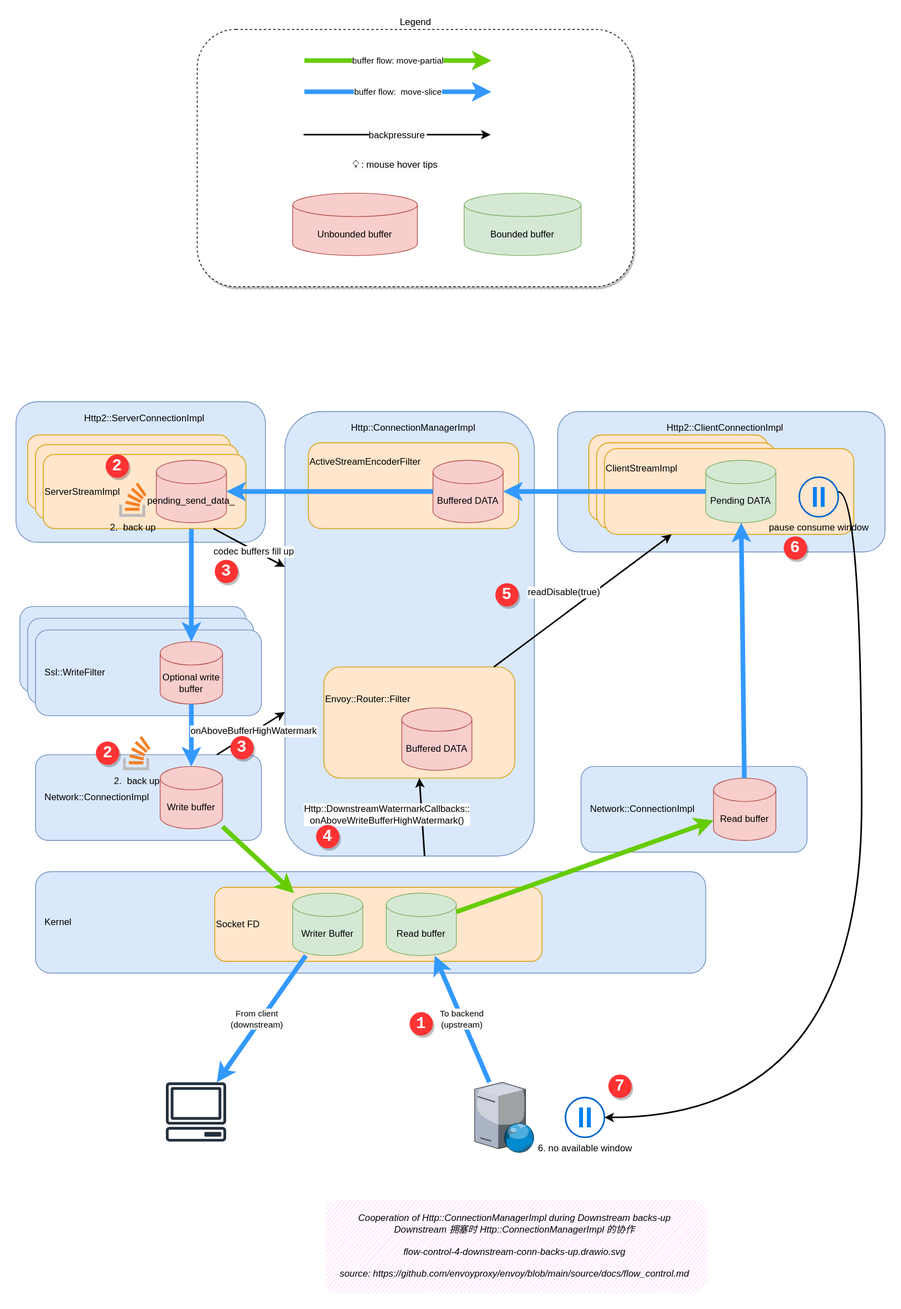
labilezhu/istio-insider keeps this draw.io diagram as docs/source/ch2-envoy/arch/flow-control/flow-control-4-downstream-conn-backs-up.drawio.svg. Above is the earlier version. Source tidied: cells renumbered, new cells last; positions are measured from the earlier drawing's top-left corner, leaving out a move shared by most shapes.
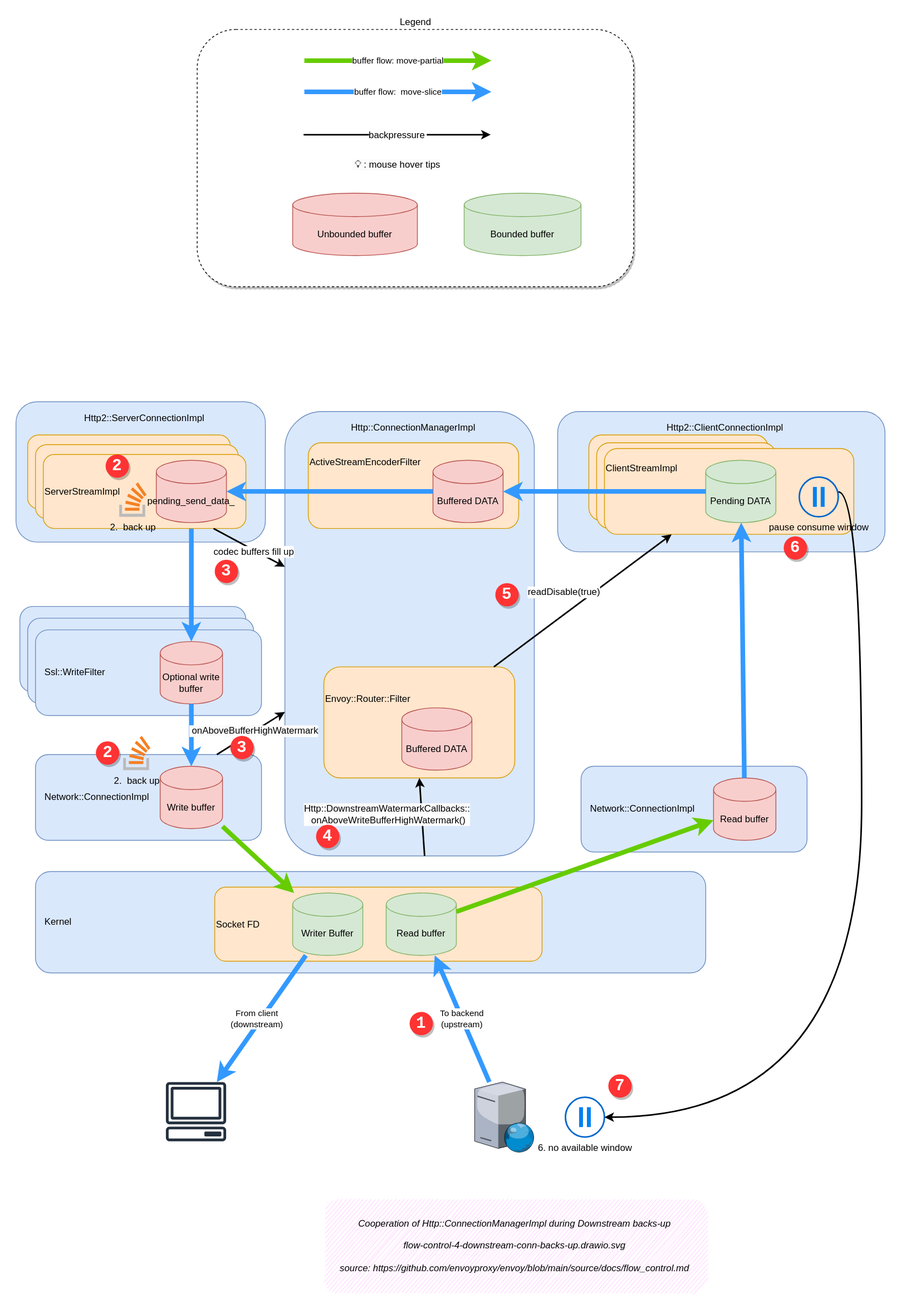
After the change.

What changed in the source:
```diff
@@ -14,7 +14,7 @@
     <mxCell id="5" value="Ssl::WriteFilter" style="rounded=1;whiteSpace=wrap;html=1;fillColor=#dae8fc;strokeColor=#6c8ebf;align=left;spacingLeft=10;" parent="1" vertex="1">
       <mxGeometry x="15" y="755" width="290" height="110" as="geometry" />
     </mxCell>
-    <object id="6" label="&lt;font style=&quot;&quot;&gt;Cooperation of Http::ConnectionManagerImpl during Downstream backs-up&lt;br&gt;Downstream 拥塞时 Http::ConnectionManagerImpl 的协作&lt;br&gt;&lt;br&gt;%page%&lt;br&gt;&lt;br&gt;source:&amp;nbsp;&lt;a href=&quot;https://github.com/envoyproxy/envoy/blob/main/source/docs/flow_control.md&quot;&gt;https://github.com/envoyproxy/envoy/blob/main/source/docs/flow_control.md&lt;/a&gt;&lt;br&gt;&lt;/font&gt;" a="b" placeholders="1">
+    <object id="6" label="&lt;font style=&quot;&quot;&gt;Cooperation of Http::ConnectionManagerImpl during Downstream backs-up&lt;br&gt;&lt;br&gt;%page%&lt;br&gt;&lt;br&gt;source:&amp;nbsp;&lt;a href=&quot;https://github.com/envoyproxy/envoy/blob/main/source/docs/flow_control.md&quot;&gt;https://github.com/envoyproxy/envoy/blob/main/source/docs/flow_control.md&lt;/a&gt;&lt;br&gt;&lt;/font&gt;" a="b" placeholders="1">
       <mxCell style="text;html=1;strokeColor=none;fillColor=#FFCCFF;align=center;verticalAlign=middle;whiteSpace=wrap;rounded=1;glass=0;sketch=1;shadow=0;fontStyle=2;fontSize=12;" parent="1" vertex="1">
         <mxGeometry x="395" y="1500" width="490" height="120" as="geometry" />
       </mxCell>
```
